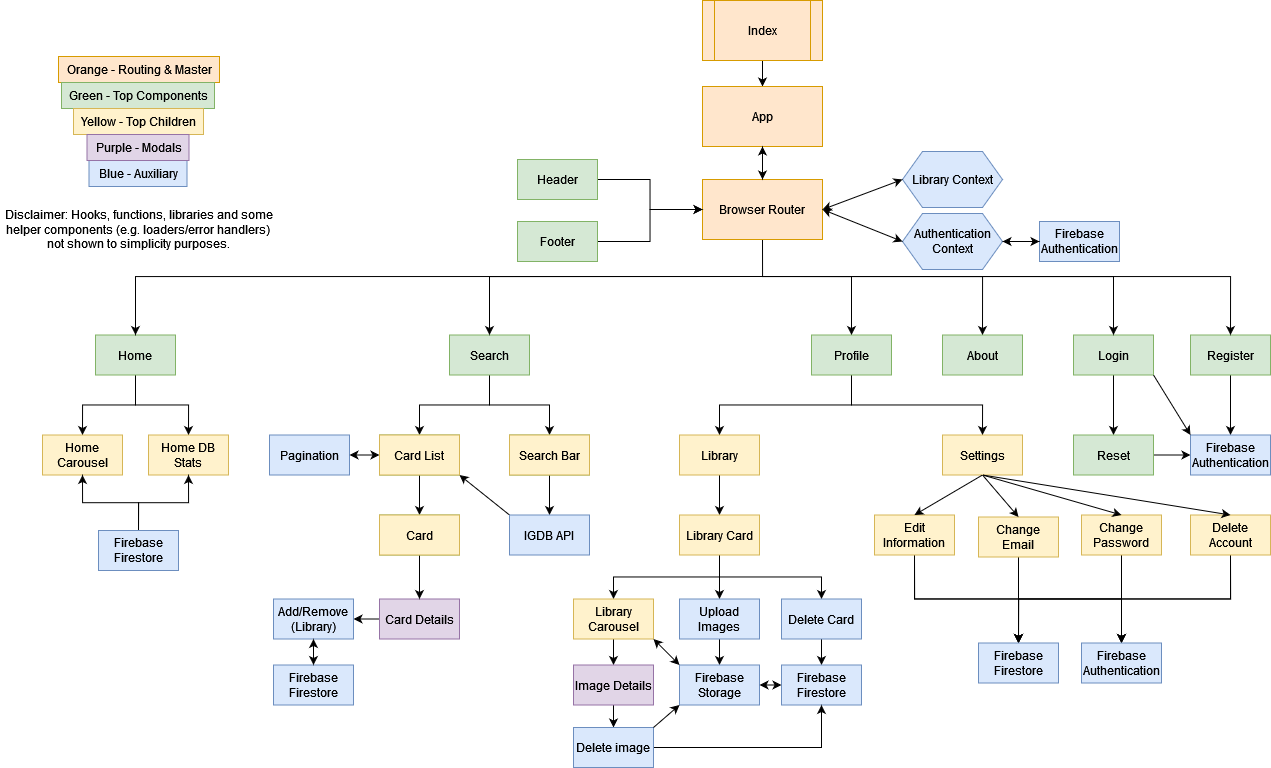
The draw.io diagram User Architecture.png in EmilAvramov/react-defense-project, before a commit. Source tidied: cells renumbered, new cells last; positions are measured from the earlier drawing's top-left corner, leaving out a move shared by most shapes.
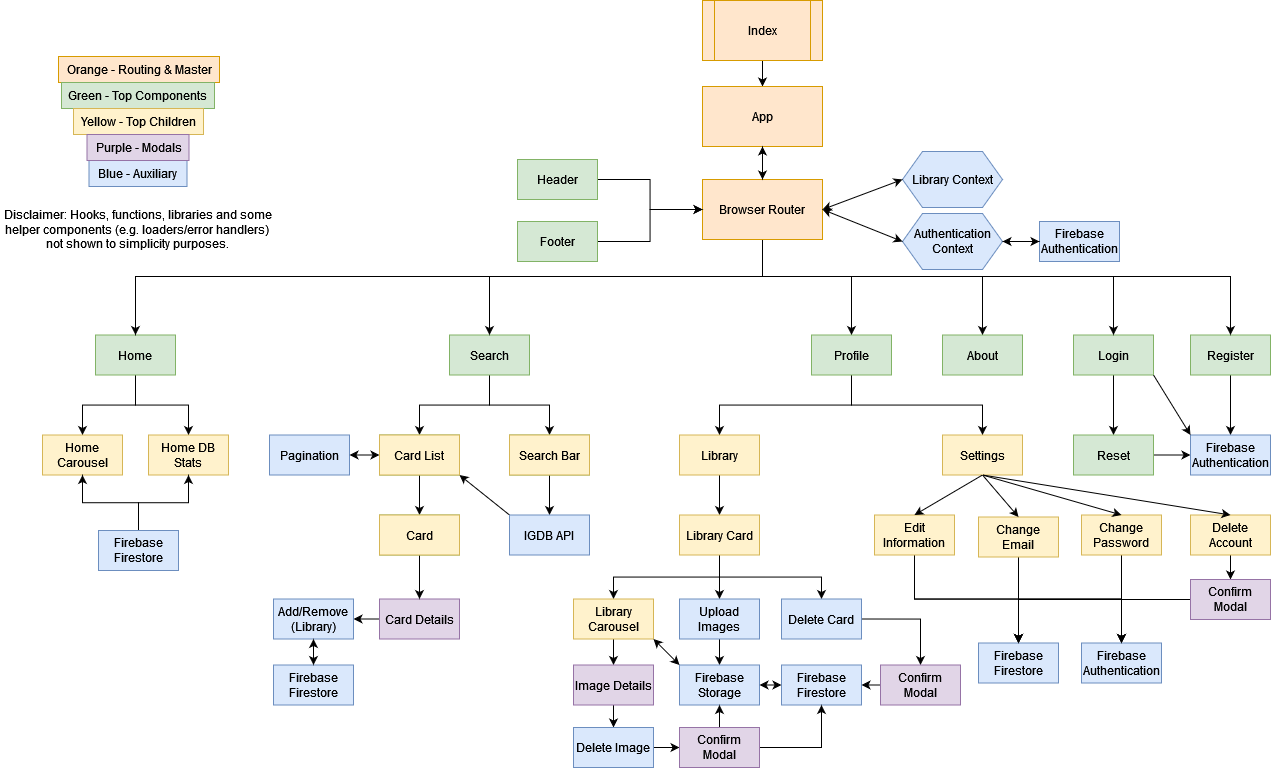
The same diagram one commit later.

Commit message:
improved user architecture diagram

The edit, as a diff of the source:
```diff
@@ -188,12 +188,9 @@
     <mxCell id="58" value="&lt;div&gt;Change Password&lt;/div&gt;" style="rounded=0;whiteSpace=wrap;html=1;fillColor=#fff2cc;strokeColor=#d6b656;" parent="1" vertex="1">
       <mxGeometry x="1080" y="514.5" width="80" height="40" as="geometry" />
     </mxCell>
-    <mxCell id="59" style="edgeStyle=orthogonalEdgeStyle;rounded=0;jettySize=auto;html=1;exitX=0.5;exitY=1;exitDx=0;exitDy=0;entryX=0.5;entryY=0;entryDx=0;entryDy=0;strokeColor=#000000;" parent="1" edge="1" source="61" target="80">
-      <mxGeometry relative="1" as="geometry" />
-    </mxCell>
-    <mxCell id="60" style="edgeStyle=orthogonalEdgeStyle;rounded=0;jettySize=auto;html=1;exitX=0.5;exitY=1;exitDx=0;exitDy=0;entryX=0.5;entryY=0;entryDx=0;entryDy=0;strokeColor=#000000;" parent="1" edge="1" source="61" target="79">
-      <mxGeometry relative="1" as="geometry" />
-    </mxCell>
+    <mxCell id="109" style="edgeStyle=orthogonalEdgeStyle;rounded=0;jettySize=auto;html=1;exitX=0.5;exitY=1;exitDx=0;exitDy=0;entryX=0.5;entryY=0;entryDx=0;entryDy=0;strokeColor=#000000;" parent="1" edge="1" source="61" target="117">
+      <mxGeometry relative="1" as="geometry" />
+    </mxCell>
     <mxCell id="61" value="Delete Account" style="rounded=0;whiteSpace=wrap;html=1;fillColor=#fff2cc;strokeColor=#d6b656;" parent="1" vertex="1">
       <mxGeometry x="1189" y="514.5" width="80" height="40" as="geometry" />
     </mxCell>
@@ -233,9 +230,9 @@
     <mxCell id="73" value="Upload Images" style="rounded=0;whiteSpace=wrap;html=1;fillColor=#dae8fc;strokeColor=#6c8ebf;" parent="1" vertex="1">
       <mxGeometry x="678" y="598.5" width="80" height="40" as="geometry" />
     </mxCell>
-    <mxCell id="74" style="edgeStyle=orthogonalEdgeStyle;rounded=0;jettySize=auto;html=1;exitX=0.5;exitY=1;exitDx=0;exitDy=0;entryX=0.5;entryY=0;entryDx=0;entryDy=0;strokeColor=#000000;" parent="1" edge="1" source="75" target="78">
-      <mxGeometry relative="1" as="geometry" />
-    </mxCell>
+    <mxCell id="110" style="edgeStyle=orthogonalEdgeStyle;rounded=0;jettySize=auto;html=1;exitX=1;exitY=0.5;exitDx=0;exitDy=0;entryX=0.5;entryY=0;entryDx=0;entryDy=0;strokeColor=#000000;" parent="1" edge="1" source="75" target="119">
+      <mxGeometry relative="1" as="geometry" />
+    </mxCell>
     <mxCell id="75" value="Delete Card" style="rounded=0;whiteSpace=wrap;html=1;fillColor=#dae8fc;strokeColor=#6c8ebf;" parent="1" vertex="1">
       <mxGeometry x="780" y="598.5" width="80" height="40" as="geometry" />
     </mxCell>
@@ -284,15 +281,12 @@
     <mxCell id="90" style="endArrow=classic;startArrow=classic;html=1;rounded=0;strokeColor=#000000;exitX=0;exitY=0;exitDx=0;exitDy=0;entryX=1;entryY=1;entryDx=0;entryDy=0;" parent="1" edge="1" source="77" target="71">
       <mxGeometry relative="1" as="geometry" />
     </mxCell>
-    <mxCell id="91" style="edgeStyle=orthogonalEdgeStyle;rounded=0;jettySize=auto;html=1;exitX=1;exitY=0.5;exitDx=0;exitDy=0;entryX=0.5;entryY=1;entryDx=0;entryDy=0;strokeColor=#000000;" parent="1" edge="1" source="92" target="78">
-      <mxGeometry relative="1" as="geometry" />
-    </mxCell>
+    <mxCell id="111" style="edgeStyle=orthogonalEdgeStyle;rounded=0;jettySize=auto;html=1;exitX=1;exitY=0.5;exitDx=0;exitDy=0;entryX=0;entryY=0.5;entryDx=0;entryDy=0;strokeColor=#000000;" parent="1" edge="1" source="92" target="114">
+      <mxGeometry relative="1" as="geometry" />
+    </mxCell>
-    <mxCell id="92" value="Delete image" style="rounded=0;whiteSpace=wrap;html=1;fillColor=#dae8fc;strokeColor=#6c8ebf;" parent="1" vertex="1">
+    <mxCell id="92" value="Delete Image" style="rounded=0;whiteSpace=wrap;html=1;fillColor=#dae8fc;strokeColor=#6c8ebf;" parent="1" vertex="1">
       <mxGeometry x="572" y="727" width="80" height="40" as="geometry" />
     </mxCell>
-    <mxCell id="93" style="endArrow=classic;html=1;rounded=0;strokeColor=#000000;exitX=1;exitY=0;exitDx=0;exitDy=0;entryX=0;entryY=1;entryDx=0;entryDy=0;" parent="1" edge="1" source="92" target="77">
-      <mxGeometry relative="1" as="geometry" />
-    </mxCell>
     <mxCell id="94" style="endArrow=classic;startArrow=classic;html=1;rounded=0;strokeColor=#000000;exitX=1;exitY=0.5;exitDx=0;exitDy=0;entryX=0;entryY=0.5;entryDx=0;entryDy=0;" parent="1" edge="1" source="77" target="78">
       <mxGeometry relative="1" as="geometry" />
     </mxCell>
@@ -338,5 +332,29 @@
     <mxCell id="108" value="Header" style="rounded=0;whiteSpace=wrap;html=1;fillColor=#d5e8d4;strokeColor=#82b366;" parent="1" vertex="1">
       <mxGeometry x="516" y="159" width="80" height="40" as="geometry" />
     </mxCell>
+    <mxCell id="112" style="edgeStyle=orthogonalEdgeStyle;rounded=0;jettySize=auto;html=1;exitX=0.5;exitY=0;exitDx=0;exitDy=0;entryX=0.5;entryY=1;entryDx=0;entryDy=0;strokeColor=#000000;" parent="1" edge="1" source="114" target="77">
+      <mxGeometry relative="1" as="geometry" />
+    </mxCell>
+    <mxCell id="113" style="edgeStyle=orthogonalEdgeStyle;rounded=0;jettySize=auto;html=1;exitX=1;exitY=0.5;exitDx=0;exitDy=0;entryX=0.5;entryY=1;entryDx=0;entryDy=0;strokeColor=#000000;" parent="1" edge="1" source="114" target="78">
+      <mxGeometry relative="1" as="geometry" />
+    </mxCell>
+    <mxCell id="114" value="Confirm Modal" style="rounded=0;whiteSpace=wrap;html=1;fillColor=#e1d5e7;strokeColor=#9673a6;" parent="1" vertex="1">
+      <mxGeometry x="678" y="727" width="80" height="40" as="geometry" />
+    </mxCell>
+    <mxCell id="115" style="edgeStyle=orthogonalEdgeStyle;rounded=0;jettySize=auto;html=1;exitX=0;exitY=0.5;exitDx=0;exitDy=0;entryX=0.5;entryY=0;entryDx=0;entryDy=0;strokeColor=#000000;" parent="1" edge="1" source="117" target="79">
+      <mxGeometry relative="1" as="geometry" />
+    </mxCell>
+    <mxCell id="116" style="edgeStyle=orthogonalEdgeStyle;rounded=0;jettySize=auto;html=1;exitX=0;exitY=0.5;exitDx=0;exitDy=0;entryX=0.5;entryY=0;entryDx=0;entryDy=0;strokeColor=#000000;" parent="1" edge="1" source="117" target="80">
+      <mxGeometry relative="1" as="geometry" />
+    </mxCell>
+    <mxCell id="117" value="Confirm Modal" style="rounded=0;whiteSpace=wrap;html=1;fillColor=#e1d5e7;strokeColor=#9673a6;" parent="1" vertex="1">
+      <mxGeometry x="1189" y="579" width="80" height="40" as="geometry" />
+    </mxCell>
+    <mxCell id="118" style="edgeStyle=orthogonalEdgeStyle;rounded=0;jettySize=auto;html=1;exitX=0;exitY=0.5;exitDx=0;exitDy=0;entryX=1;entryY=0.5;entryDx=0;entryDy=0;strokeColor=#000000;" parent="1" edge="1" source="119" target="78">
+      <mxGeometry relative="1" as="geometry" />
+    </mxCell>
+    <mxCell id="119" value="Confirm Modal" style="rounded=0;whiteSpace=wrap;html=1;fillColor=#e1d5e7;strokeColor=#9673a6;" parent="1" vertex="1">
+      <mxGeometry x="879" y="664.5" width="80" height="40" as="geometry" />
+    </mxCell>
   </root>
 </mxGraphModel>
```
